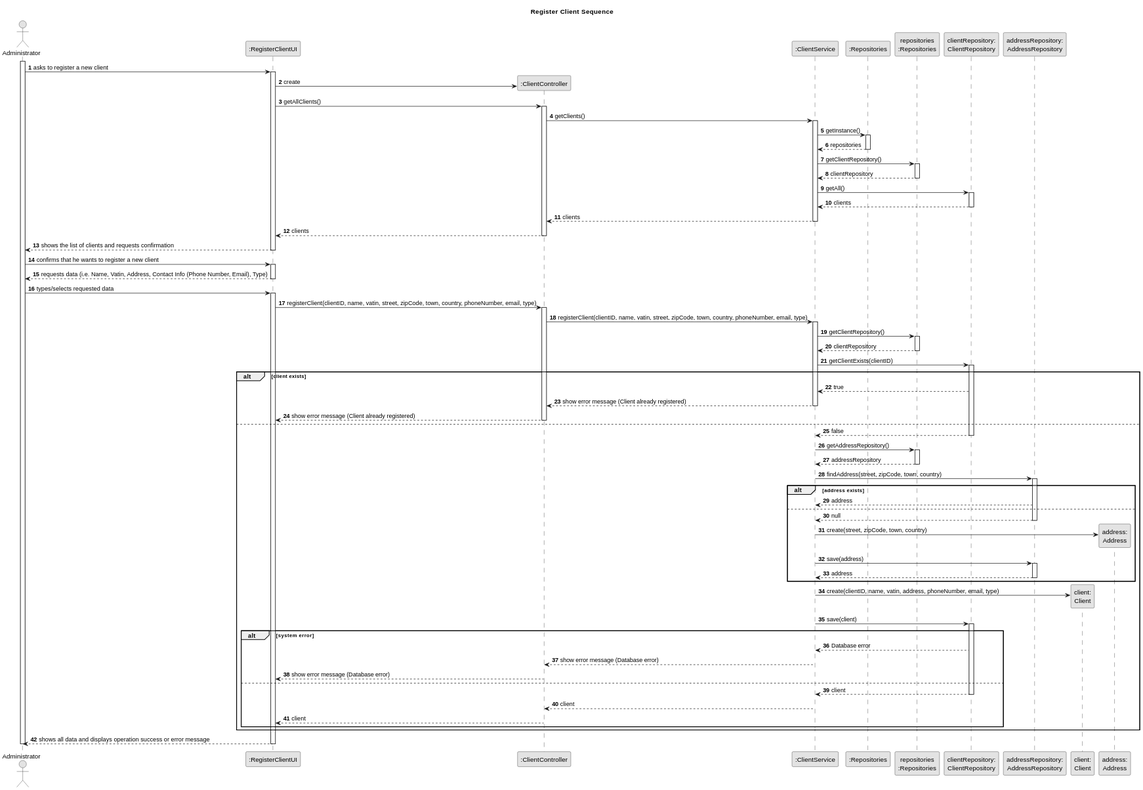
Before: documentation/user-stories/us001/03.design/svg/us001-sequence-diagram.svg, a diagram exported from PlantUML (daniel41silva05/Production_Control_Industrial_ISEP).
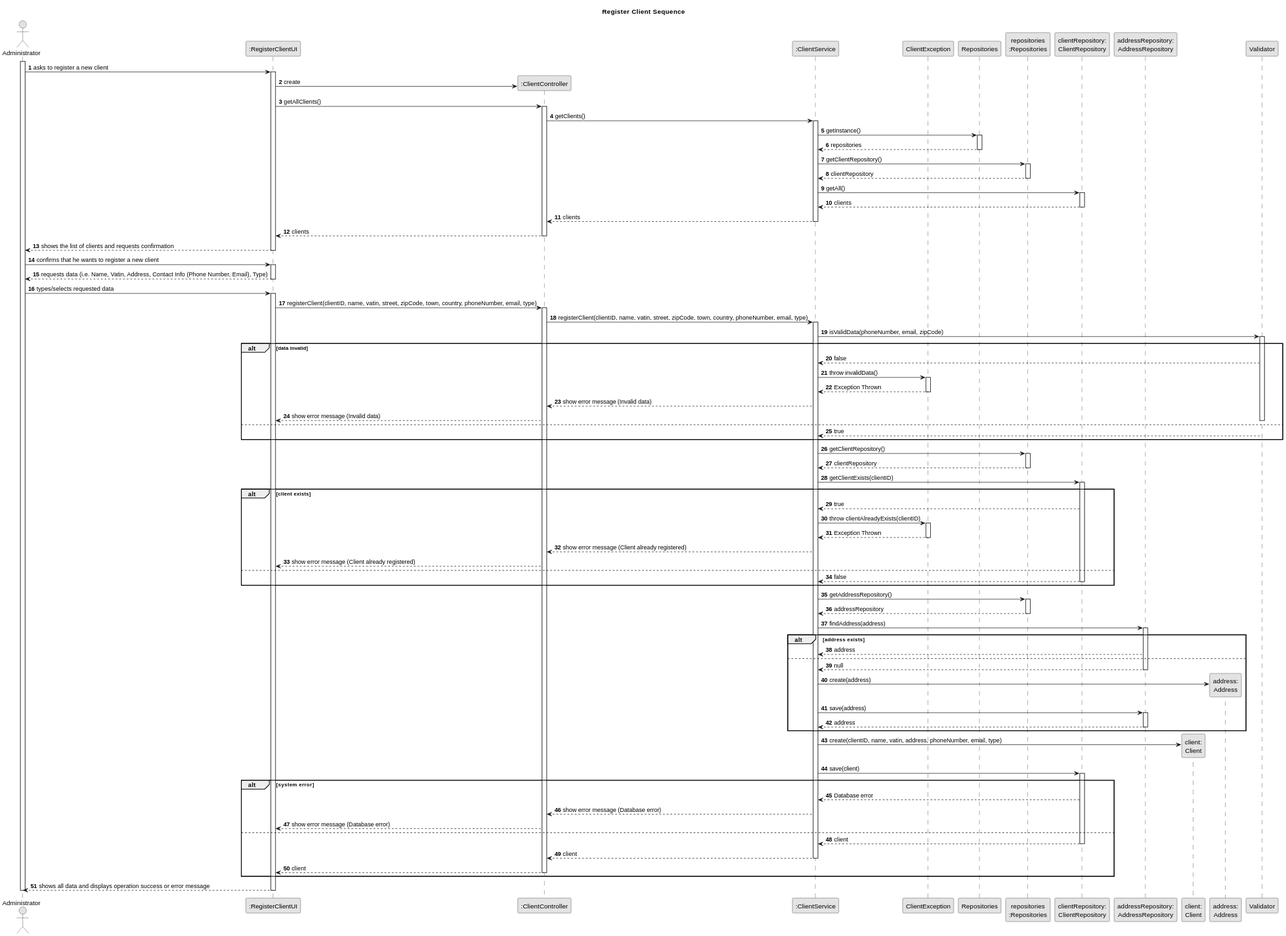
Later version of the same file.

What changed in the source:
```diff
@@ -11,12 +11,14 @@
 participant ":RegisterClientUI" as UI
 participant ":ClientController" as CTRL
 participant ":ClientService" as SRV
-participant ":Repositories" as REPS
+participant "ClientException" as EXC
+participant "Repositories" as REPS
 participant "repositories\n:Repositories" as REP
 participant "clientRepository:\nClientRepository" as clientRepository
 participant "addressRepository:\nAddressRepository" as addressRepository
 participant "client:\nClient" as CLIENT
 participant "address:\nAddress" as ADDRESS
+participant "Validator" as VAL
 
 title Register Client Sequence
 
@@ -62,6 +64,25 @@
         activate CTRL
             CTRL -> SRV: registerClient(clientID, name, vatin, street, zipCode, town, country, phoneNumber, email, type)
             activate SRV
+
+                SRV -> VAL: isValidData(phoneNumber, email, zipCode)
+                activate VAL
+                alt data invalid
+                    VAL --> SRV: false
+
+                    SRV -> EXC: throw invalidData()
+                    activate EXC
+                    EXC --> SRV: Exception Thrown
+                    deactivate EXC
+                    SRV --> CTRL: show error message (Invalid data)
+
+                    CTRL --> UI: show error message (Invalid data)
+                    deactivate VAL
+                else
+                    VAL --> SRV: true
+                    deactivate VAL
+                end
+
                 SRV -> REP: getClientRepository()
                 activate REP
                 REP --> SRV: clientRepository
@@ -71,20 +92,25 @@
                 activate clientRepository
                 alt client exists
                     clientRepository --> SRV: true
+
+                    SRV -> EXC: throw clientAlreadyExists(clientID)
+                    activate EXC
+                    EXC --> SRV: Exception Thrown
+                    deactivate EXC
                     SRV --> CTRL: show error message (Client already registered)
-                    deactivate SRV
+
                     CTRL --> UI: show error message (Client already registered)
-                    deactivate CTRL
                 else
                     clientRepository --> SRV: false
                     deactivate clientRepository
+                end
 
                     SRV -> REP: getAddressRepository()
                     activate REP
                     REP --> SRV: addressRepository
                     deactivate REP
 
-                    SRV -> addressRepository: findAddress(street, zipCode, town, country)
+                    SRV -> addressRepository: findAddress(address)
                     activate addressRepository
                     alt address exists
                         addressRepository --> SRV: address
@@ -92,7 +118,7 @@
                         addressRepository --> SRV: null
                         deactivate addressRepository
 
-                        SRV -> ADDRESS** : create(street, zipCode, town, country)
+                        SRV -> ADDRESS** : create(address)
                         SRV -> addressRepository: save(address)
                         activate addressRepository
                         addressRepository --> SRV: address
@@ -107,9 +133,8 @@
                         clientRepository --> SRV: Database error
 
                         SRV --> CTRL: show error message (Database error)
-                        deactivate SRV
+
                         CTRL --> UI: show error message (Database error)
-                        deactivate CTRL
                     else
                         clientRepository --> SRV: client
                         deactivate clientRepository
@@ -118,7 +143,7 @@
                         CTRL --> UI: client
                         deactivate CTRL
                     end
-                end
+
     UI --> ADM: shows all data and displays operation success or error message
     deactivate UI
 
```
